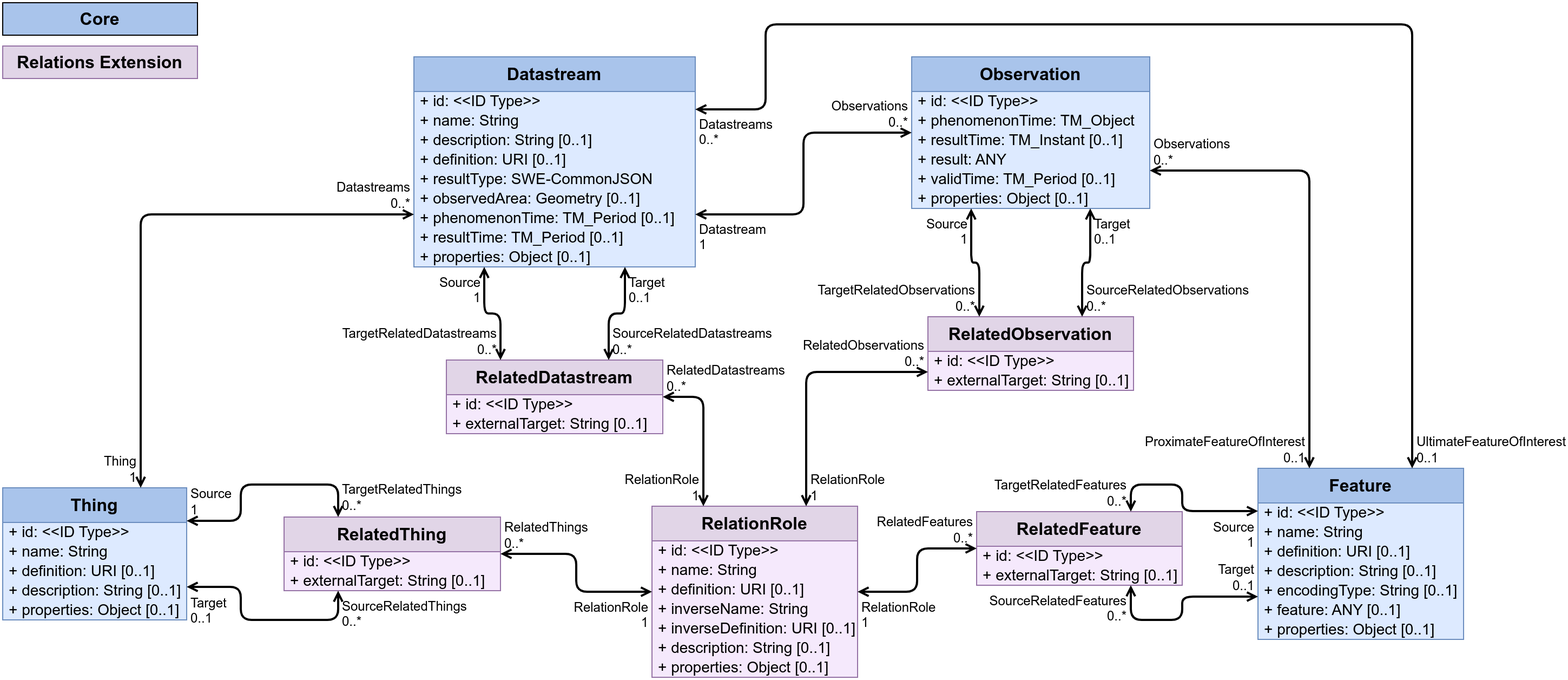
Before: figures/Datamodel-SensorThingsApi-V2-Relations.drawio.png, a diagram exported from draw.io (opengeospatial/sensorthings). Source tidied: cells renumbered, new cells last; positions are measured from the earlier drawing's top-left corner, leaving out a move shared by most shapes.
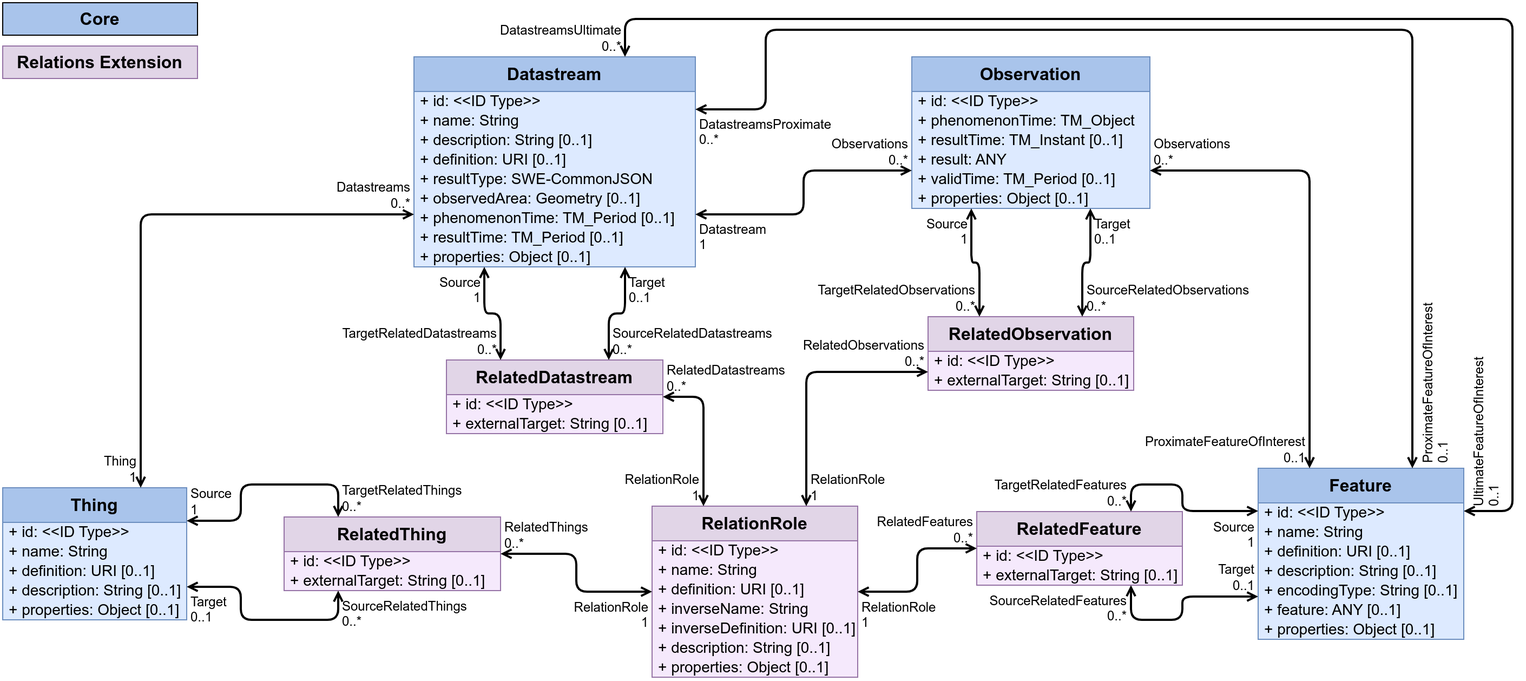
After the commit.

Commit message:
Updated images with changed Datastream - Feature relations

What changed in the source:
```diff
@@ -59,17 +59,16 @@
     <mxCell id="20" style="endArrow=open;startArrow=open;html=1;rounded=1;exitX=0.75;exitY=0;exitDx=0;exitDy=0;edgeStyle=orthogonalEdgeStyle;entryX=1;entryY=0.25;entryDx=0;entryDy=0;curved=0;strokeWidth=2;startFill=0;endFill=0;" parent="1" edge="1" source="12" target="2">
       <mxGeometry relative="1" as="geometry">
         <Array as="points">
-          <mxPoint x="1255" y="20" />
-          <mxPoint x="705" y="20" />
-          <mxPoint x="705" y="99" />
-          <mxPoint x="650" y="99" />
+          <mxPoint x="1303" y="25" />
+          <mxPoint x="705" y="25" />
+          <mxPoint x="705" y="98" />
         </Array>
       </mxGeometry>
     </mxCell>
-    <mxCell id="21" value="UltimateFeatureOfInterest&lt;br&gt;0..1" style="edgeLabel;html=1;align=left;verticalAlign=bottom;labelBackgroundColor=none;fontSize=12;spacingLeft=1;spacing=3;spacingRight=2;" parent="20" vertex="1">
+    <mxCell id="21" value="ProximateFeatureOfInterest&lt;br&gt;0..1" style="edgeLabel;html=1;align=left;verticalAlign=top;labelBackgroundColor=none;fontSize=12;spacingLeft=1;spacing=3;spacingRight=2;horizontal=0;" parent="20" vertex="1">
       <mxGeometry x="-1" relative="1" as="geometry" />
     </mxCell>
-    <mxCell id="22" value="Datastreams&lt;br&gt;0..*" style="edgeLabel;html=1;align=left;verticalAlign=top;labelBackgroundColor=none;fontSize=12;spacingLeft=1;spacing=3;spacingRight=2;" parent="20" vertex="1">
+    <mxCell id="22" value="DatastreamsProximate&lt;br&gt;0..*" style="edgeLabel;html=1;align=left;verticalAlign=top;labelBackgroundColor=none;fontSize=12;spacingLeft=1;spacing=3;spacingRight=2;" parent="20" vertex="1">
       <mxGeometry x="1" relative="1" as="geometry" />
     </mxCell>
     <mxCell id="23" value="Observation" style="swimlane;fontStyle=1;horizontal=1;startSize=32;fontSize=16;whiteSpace=wrap;html=1;fillColor=#A9C4EB;strokeColor=#6c8ebf;swimlaneFillColor=#DDEAFF;verticalAlign=top;" parent="1" vertex="1">
@@ -93,7 +92,7 @@
     <mxCell id="29" value="+ properties: Object&amp;nbsp;[0..1]" style="text;strokeColor=none;fillColor=none;align=left;verticalAlign=middle;spacingLeft=4;spacingRight=4;overflow=visible;html=1;fontSize=14;" parent="23" vertex="1">
       <mxGeometry y="122" width="220" height="18" as="geometry" />
     </mxCell>
-    <mxCell id="30" style="endArrow=open;startArrow=open;html=1;rounded=1;exitX=0;exitY=0.5;exitDx=0;exitDy=0;entryX=1;entryY=0.75;entryDx=0;entryDy=0;edgeStyle=orthogonalEdgeStyle;strokeWidth=2;curved=0;startFill=0;endFill=0;" parent="1" edge="1" source="23" target="2">
+    <mxCell id="30" style="endArrow=open;startArrow=open;html=1;rounded=1;exitX=0;exitY=0.75;exitDx=0;exitDy=0;entryX=1;entryY=0.75;entryDx=0;entryDy=0;edgeStyle=orthogonalEdgeStyle;strokeWidth=2;curved=0;startFill=0;endFill=0;" parent="1" edge="1" source="23" target="2">
       <mxGeometry relative="1" as="geometry" />
     </mxCell>
     <mxCell id="31" value="Observations&lt;br&gt;0..*" style="edgeLabel;html=1;align=right;verticalAlign=bottom;labelBackgroundColor=none;fontSize=12;spacingLeft=1;spacing=3;spacingRight=2;" parent="30" vertex="1">
@@ -336,5 +335,20 @@
     <mxCell id="102" value="Relations Extension" style="rounded=0;whiteSpace=wrap;html=1;labelBackgroundColor=none;fillColor=#e1d5e7;strokeColor=#9673a6;fontStyle=1;startSize=32;fontSize=16;swimlaneFillColor=#F5E9FC;" parent="1" vertex="1">
       <mxGeometry y="40" width="180" height="30" as="geometry" />
     </mxCell>
+    <mxCell id="103" style="endArrow=open;startArrow=open;html=1;rounded=1;exitX=1;exitY=0.25;exitDx=0;exitDy=0;edgeStyle=orthogonalEdgeStyle;entryX=0.75;entryY=0;entryDx=0;entryDy=0;curved=0;strokeWidth=2;startFill=0;endFill=0;" parent="1" edge="1" source="12" target="2">
+      <mxGeometry relative="1" as="geometry">
+        <Array as="points">
+          <mxPoint x="1395" y="470" />
+          <mxPoint x="1395" y="15" />
+          <mxPoint x="575" y="15" />
+        </Array>
+      </mxGeometry>
+    </mxCell>
+    <mxCell id="104" value="UltimateFeatureOfInterest&lt;br&gt;0..1" style="edgeLabel;html=1;align=left;verticalAlign=top;labelBackgroundColor=none;fontSize=12;spacingLeft=1;spacing=3;spacingRight=2;horizontal=0;" parent="103" vertex="1">
+      <mxGeometry x="-1" relative="1" as="geometry" />
+    </mxCell>
+    <mxCell id="105" value="DatastreamsUltimate&lt;br&gt;0..*" style="edgeLabel;html=1;align=right;verticalAlign=bottom;labelBackgroundColor=none;fontSize=12;spacingLeft=1;spacing=3;spacingRight=2;" parent="103" vertex="1">
+      <mxGeometry x="1" relative="1" as="geometry" />
+    </mxCell>
   </root>
 </mxGraphModel>
```
